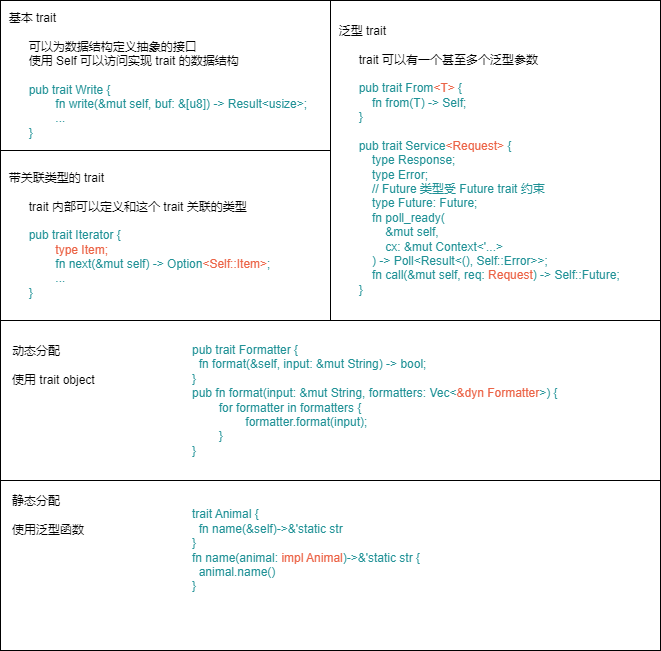
chenjianlong/books-code keeps this draw.io diagram as tyrchen-geektime-rust/images/traits.png. Above is the earlier version. Source tidied: cells renumbered, new cells last; positions are measured from the earlier drawing's top-left corner, leaving out a move shared by most shapes.
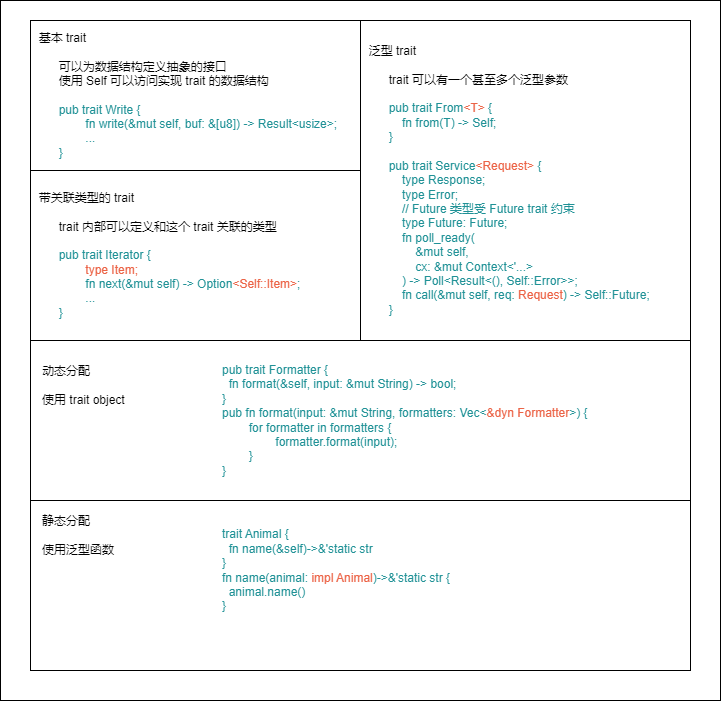
The same file after the commit.

The edit, as a diff of the source:
```diff
@@ -2,6 +2,9 @@
   <root>
     <mxCell id="0" />
     <mxCell id="1" parent="0" />
+    <mxCell id="11" style="rounded=0;whiteSpace=wrap;html=1;" parent="1" vertex="1">
+      <mxGeometry x="-30" y="-20" width="720" height="700" as="geometry" />
+    </mxCell>
     <mxCell id="2" value="&amp;nbsp; 基本 trait&lt;div&gt;&lt;br&gt;&lt;div&gt;&lt;span style=&quot;white-space: pre;&quot;&gt;&#9;&lt;/span&gt;可以为数据结构定义抽象的接口&lt;/div&gt;&lt;div&gt;&lt;span style=&quot;white-space: pre;&quot;&gt;&#9;&lt;/span&gt;使用 Self 可以访问实现 trait 的数据结构&lt;br&gt;&lt;/div&gt;&lt;div&gt;&lt;br&gt;&lt;/div&gt;&lt;div&gt;&lt;span style=&quot;white-space: pre;&quot;&gt;&#9;&lt;/span&gt;&lt;font color=&quot;#1f9196&quot;&gt;pub trait Write {&lt;br&gt;&lt;/font&gt;&lt;/div&gt;&lt;div&gt;&lt;font color=&quot;#1f9196&quot;&gt;&lt;span style=&quot;white-space: pre;&quot;&gt;&#9;&lt;/span&gt;&lt;span style=&quot;white-space: pre;&quot;&gt;&#9;&lt;/span&gt;fn write(&amp;amp;mut self, buf: &amp;amp;[u8]) -&amp;gt; Result&amp;lt;usize&amp;gt;;&lt;br&gt;&lt;/font&gt;&lt;/div&gt;&lt;div&gt;&lt;font color=&quot;#1f9196&quot;&gt;&lt;span style=&quot;white-space: pre;&quot;&gt;&#9;&lt;/span&gt;&lt;span style=&quot;white-space: pre;&quot;&gt;&#9;&lt;/span&gt;...&lt;br&gt;&lt;/font&gt;&lt;/div&gt;&lt;div&gt;&lt;font color=&quot;#1f9196&quot;&gt;&lt;span style=&quot;white-space: pre;&quot;&gt;&#9;&lt;/span&gt;}&lt;/font&gt;&lt;br&gt;&lt;/div&gt;&lt;/div&gt;" style="rounded=0;whiteSpace=wrap;html=1;align=left;" parent="1" vertex="1">
       <mxGeometry width="330" height="150" as="geometry" />
     </mxCell>
```
